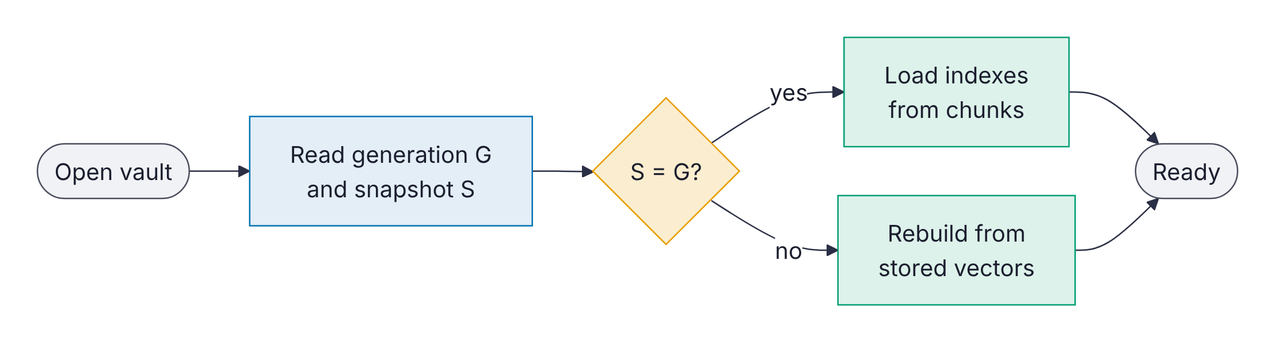
Above: paper/figures/fig-reopen.png in bosekarmegam/vecforge (Mermaid), before the change. Its source is kept beside it as paper/figures/src/fig-reopen.mmd.
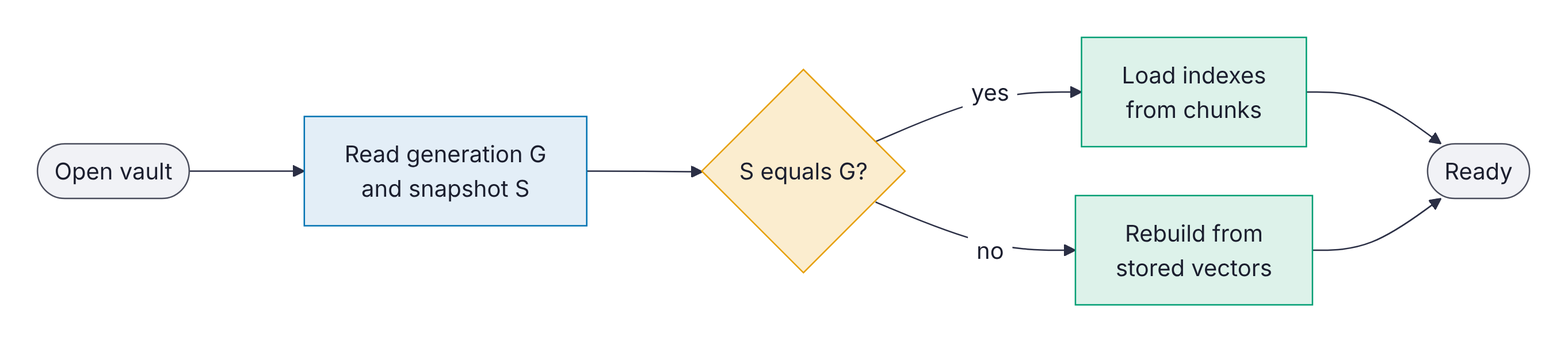
The same file after the commit.

Diff of the diagram source:
```diff
@@ -1,9 +1,10 @@
+%%{init: {"flowchart": {"rankSpacing": 80}}}%%
 flowchart LR
     classDef terminal fill:#F1F2F6,stroke:#4A4D5C,color:#1B1E2E
     classDef decision fill:#FBEDCF,stroke:#E69F00,color:#1B1E2E
     classDef data fill:#DDF2EA,stroke:#009E73,color:#1B1E2E
     O([Open vault]) --> G[Read generation G<br/>and snapshot S]
-    G --> C{S = G?}
+    G --> C{S equals G?}
     C -- yes --> L[Load indexes<br/>from chunks]
     C -- no --> R[Rebuild from<br/>stored vectors]
     L --> Y([Ready])
```
